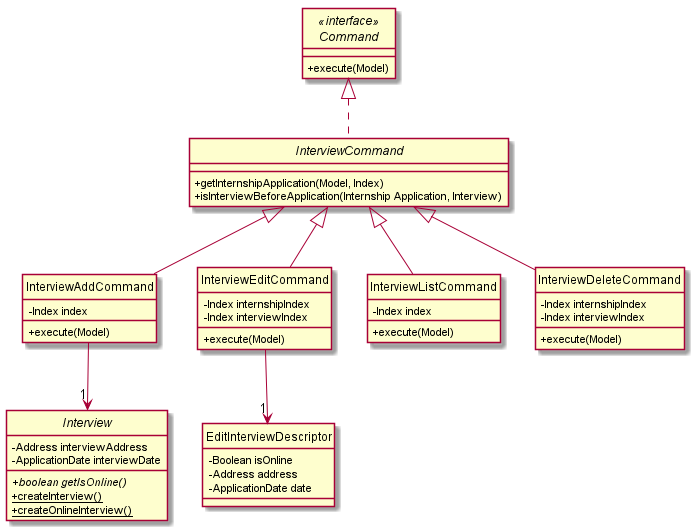
Earlier version of the PlantUML export images/InterviewCommandClassDiagram.png (AY1920S2-CS2103T-F10-2/main).
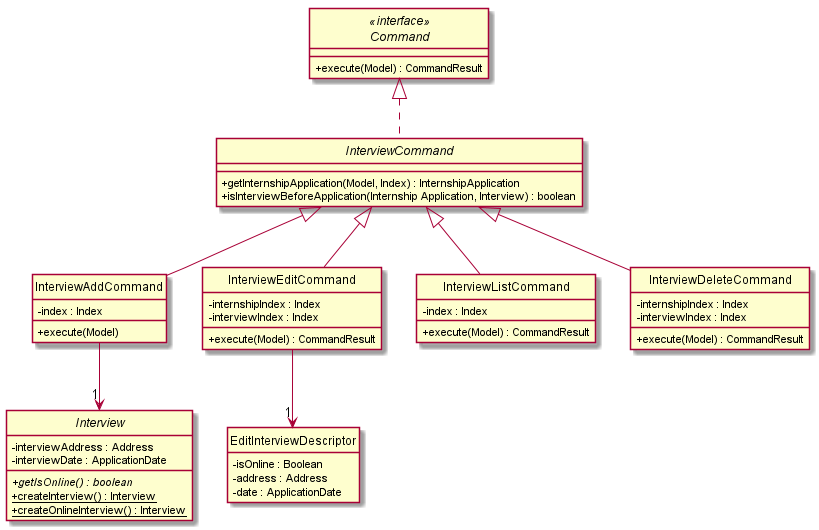
After the commit.

Diff of the diagram source:
```diff
@@ -1,52 +1,53 @@
 @startuml
 
 hide circle
+hide empty methods
 
 skinparam classAttributeIconSize 0
 
 interface Command <<interface>> {
-+ execute(Model)
++ execute(Model) : CommandResult
 }
 
 abstract class InterviewCommand {
-+ getInternshipApplication(Model, Index)
-+ isInterviewBeforeApplication(Internship Application, Interview)
++ getInternshipApplication(Model, Index) : InternshipApplication
++ isInterviewBeforeApplication(Internship Application, Interview) : boolean
 }
 
 class InterviewAddCommand {
-- Index index
+- index : Index
 + execute(Model)
 }
 
 class InterviewEditCommand {
-- Index internshipIndex
-- Index interviewIndex
-+ execute(Model)
+- internshipIndex : Index
+- interviewIndex : Index
++ execute(Model) : CommandResult
 }
 
 class InterviewListCommand {
-- Index index
-+ execute(Model)
+- index : Index
++ execute(Model) : CommandResult
 }
 
 class InterviewDeleteCommand {
-- Index internshipIndex
-- Index interviewIndex
-+ execute(Model)
+- internshipIndex : Index
+- interviewIndex : Index
++ execute(Model) : CommandResult
 }
 
 abstract class Interview {
-- Address interviewAddress
-- ApplicationDate interviewDate
-+ {abstract} boolean getIsOnline()
-+ {static} createInterview()
-+ {static} createOnlineInterview()
+- interviewAddress : Address
+- interviewDate : ApplicationDate
++ {abstract} getIsOnline() : boolean
++ {static} createInterview() : Interview
++ {static} createOnlineInterview() : Interview
 }
 
 class EditInterviewDescriptor {
-- Boolean isOnline
-- Address address
-- ApplicationDate date
+- isOnline : Boolean
+- address : Address
+- date : ApplicationDate
 }
 
 Command <|.. InterviewCommand
```
